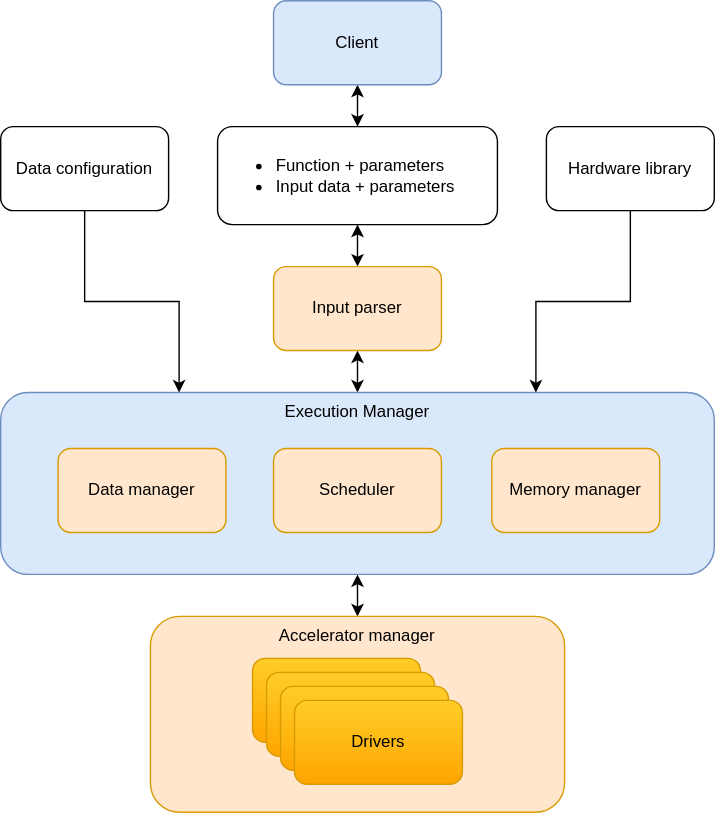
FPGA-Research-Manchester/OrkhestraFPGAStream keeps this draw.io diagram as docs/general_view_graph.svg. Above is the earlier version. Source tidied: cells renumbered, new cells last; positions are measured from the earlier drawing's top-left corner, leaving out a move shared by most shapes. The source it was exported from:
```xml
<mxGraphModel>
  <root>
    <mxCell id="0" />
    <mxCell id="1" parent="0" />
    <mxCell id="2" style="edgeStyle=orthogonalEdgeStyle;rounded=0;jettySize=auto;html=1;startArrow=classic;startFill=1;" parent="1" edge="1" source="3" target="5">
      <mxGeometry relative="1" as="geometry" />
    </mxCell>
    <mxCell id="3" value="&lt;p&gt;&lt;/p&gt;&lt;ul&gt;&lt;li style=&quot;&quot;&gt;Function + parameters&lt;/li&gt;&lt;li style=&quot;&quot;&gt;Input data + parameters&lt;/li&gt;&lt;/ul&gt;&lt;p&gt;&lt;/p&gt;" style="rounded=1;whiteSpace=wrap;html=1;labelPosition=center;verticalLabelPosition=middle;align=left;verticalAlign=middle;horizontal=1;" parent="1" vertex="1">
      <mxGeometry x="155" y="90" width="200" height="70" as="geometry" />
    </mxCell>
    <mxCell id="4" style="edgeStyle=orthogonalEdgeStyle;rounded=0;jettySize=auto;html=1;exitX=0.5;exitY=1;exitDx=0;exitDy=0;entryX=0.5;entryY=0;entryDx=0;entryDy=0;startArrow=classic;startFill=1;" parent="1" edge="1" source="5" target="7">
      <mxGeometry relative="1" as="geometry" />
    </mxCell>
    <mxCell id="5" value="Input parser" style="rounded=1;whiteSpace=wrap;html=1;align=center;fillColor=#ffe6cc;strokeColor=#d79b00;" parent="1" vertex="1">
      <mxGeometry x="195" y="190" width="120" height="60" as="geometry" />
    </mxCell>
    <mxCell id="6" style="edgeStyle=orthogonalEdgeStyle;rounded=0;jettySize=auto;html=1;entryX=0.5;entryY=0;entryDx=0;entryDy=0;startArrow=classic;startFill=1;" parent="1" edge="1" source="7" target="11">
      <mxGeometry relative="1" as="geometry" />
    </mxCell>
    <mxCell id="7" value="Execution Manager&lt;br&gt;" style="rounded=1;whiteSpace=wrap;html=1;align=center;verticalAlign=top;fillColor=#dae8fc;strokeColor=#6c8ebf;" parent="1" vertex="1">
      <mxGeometry y="280" width="510" height="130" as="geometry" />
    </mxCell>
    <mxCell id="8" value="Data manager" style="rounded=1;whiteSpace=wrap;html=1;align=center;fillColor=#ffe6cc;strokeColor=#d79b00;" parent="1" vertex="1">
      <mxGeometry x="41" y="320" width="120" height="60" as="geometry" />
    </mxCell>
    <mxCell id="9" value="Scheduler" style="rounded=1;whiteSpace=wrap;html=1;align=center;fillColor=#ffe6cc;strokeColor=#d79b00;" parent="1" vertex="1">
      <mxGeometry x="195" y="320" width="120" height="60" as="geometry" />
    </mxCell>
    <mxCell id="10" value="Memory manager" style="rounded=1;whiteSpace=wrap;html=1;align=center;fillColor=#ffe6cc;strokeColor=#d79b00;" parent="1" vertex="1">
      <mxGeometry x="351" y="320" width="120" height="60" as="geometry" />
    </mxCell>
    <mxCell id="11" value="Accelerator manager" style="rounded=1;whiteSpace=wrap;html=1;align=center;verticalAlign=top;fillColor=#ffe6cc;strokeColor=#d79b00;" parent="1" vertex="1">
      <mxGeometry x="107" y="440" width="296" height="140" as="geometry" />
    </mxCell>
    <mxCell id="12" value="Drivers" style="rounded=1;whiteSpace=wrap;html=1;align=center;fillColor=#ffcd28;strokeColor=#d79b00;gradientColor=#ffa500;" parent="1" vertex="1">
      <mxGeometry x="180" y="470" width="120" height="60" as="geometry" />
    </mxCell>
    <mxCell id="13" value="Drivers" style="rounded=1;whiteSpace=wrap;html=1;align=center;fillColor=#ffcd28;strokeColor=#d79b00;gradientColor=#ffa500;" parent="1" vertex="1">
      <mxGeometry x="190" y="480" width="120" height="60" as="geometry" />
    </mxCell>
    <mxCell id="14" value="Drivers" style="rounded=1;whiteSpace=wrap;html=1;align=center;fillColor=#ffcd28;strokeColor=#d79b00;gradientColor=#ffa500;" parent="1" vertex="1">
      <mxGeometry x="200" y="490" width="120" height="60" as="geometry" />
    </mxCell>
    <mxCell id="15" value="Drivers" style="rounded=1;whiteSpace=wrap;html=1;align=center;fillColor=#ffcd28;strokeColor=#d79b00;gradientColor=#ffa500;" parent="1" vertex="1">
      <mxGeometry x="210" y="500" width="120" height="60" as="geometry" />
    </mxCell>
    <mxCell id="16" style="edgeStyle=orthogonalEdgeStyle;rounded=0;jettySize=auto;html=1;entryX=0.5;entryY=0;entryDx=0;entryDy=0;startArrow=classic;startFill=1;" parent="1" edge="1" source="17" target="3">
      <mxGeometry relative="1" as="geometry" />
    </mxCell>
    <mxCell id="17" value="Client" style="rounded=1;whiteSpace=wrap;html=1;align=center;fillColor=#dae8fc;strokeColor=#6c8ebf;" parent="1" vertex="1">
      <mxGeometry x="195" width="120" height="60" as="geometry" />
    </mxCell>
    <mxCell id="18" style="edgeStyle=orthogonalEdgeStyle;rounded=0;jettySize=auto;html=1;entryX=0.75;entryY=0;entryDx=0;entryDy=0;startArrow=none;startFill=0;" parent="1" edge="1" source="19" target="7">
      <mxGeometry relative="1" as="geometry" />
    </mxCell>
    <mxCell id="19" value="Hardware library" style="rounded=1;whiteSpace=wrap;html=1;align=center;" parent="1" vertex="1">
      <mxGeometry x="390" y="90" width="120" height="60" as="geometry" />
    </mxCell>
    <mxCell id="20" style="edgeStyle=orthogonalEdgeStyle;rounded=0;jettySize=auto;html=1;entryX=0.25;entryY=0;entryDx=0;entryDy=0;startArrow=none;startFill=0;" parent="1" edge="1" source="21" target="7">
      <mxGeometry relative="1" as="geometry" />
    </mxCell>
    <mxCell id="21" value="Data configuration" style="rounded=1;whiteSpace=wrap;html=1;align=center;" parent="1" vertex="1">
      <mxGeometry y="90" width="120" height="60" as="geometry" />
    </mxCell>
  </root>
</mxGraphModel>
```
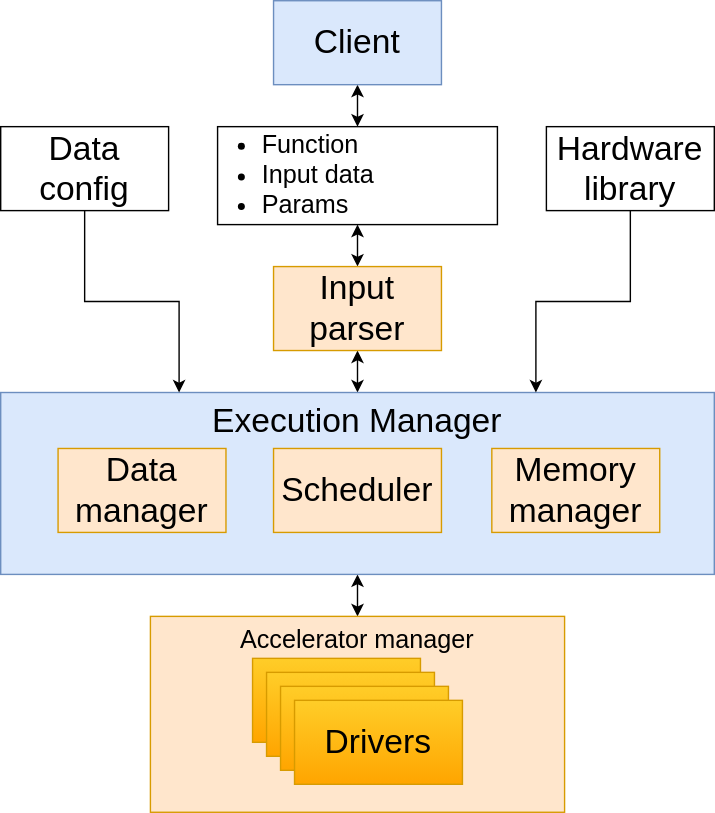
Above is the later version.

The edit, as a diff of the source:
```diff
@@ -5,61 +5,61 @@
     <mxCell id="2" style="edgeStyle=orthogonalEdgeStyle;rounded=0;jettySize=auto;html=1;startArrow=classic;startFill=1;" parent="1" edge="1" source="3" target="5">
       <mxGeometry relative="1" as="geometry" />
     </mxCell>
-    <mxCell id="3" value="&lt;p&gt;&lt;/p&gt;&lt;ul&gt;&lt;li style=&quot;&quot;&gt;Function + parameters&lt;/li&gt;&lt;li style=&quot;&quot;&gt;Input data + parameters&lt;/li&gt;&lt;/ul&gt;&lt;p&gt;&lt;/p&gt;" style="rounded=1;whiteSpace=wrap;html=1;labelPosition=center;verticalLabelPosition=middle;align=left;verticalAlign=middle;horizontal=1;" parent="1" vertex="1">
+    <mxCell id="3" value="&lt;p style=&quot;font-size: 18px;&quot;&gt;&lt;/p&gt;&lt;ul style=&quot;font-size: 18px;&quot;&gt;&lt;li style=&quot;font-size: 18px;&quot;&gt;Function&lt;/li&gt;&lt;li style=&quot;font-size: 18px;&quot;&gt;Input data&lt;/li&gt;&lt;li style=&quot;font-size: 18px;&quot;&gt;Params&lt;/li&gt;&lt;/ul&gt;&lt;p style=&quot;font-size: 18px;&quot;&gt;&lt;/p&gt;" style="rounded=0;whiteSpace=wrap;html=1;labelPosition=center;verticalLabelPosition=middle;align=left;verticalAlign=middle;horizontal=1;fontSize=18;spacingLeft=-10;" parent="1" vertex="1">
       <mxGeometry x="155" y="90" width="200" height="70" as="geometry" />
     </mxCell>
     <mxCell id="4" style="edgeStyle=orthogonalEdgeStyle;rounded=0;jettySize=auto;html=1;exitX=0.5;exitY=1;exitDx=0;exitDy=0;entryX=0.5;entryY=0;entryDx=0;entryDy=0;startArrow=classic;startFill=1;" parent="1" edge="1" source="5" target="7">
       <mxGeometry relative="1" as="geometry" />
     </mxCell>
-    <mxCell id="5" value="Input parser" style="rounded=1;whiteSpace=wrap;html=1;align=center;fillColor=#ffe6cc;strokeColor=#d79b00;" parent="1" vertex="1">
+    <mxCell id="5" value="Input parser" style="rounded=0;whiteSpace=wrap;html=1;align=center;fillColor=#ffe6cc;strokeColor=#d79b00;fontSize=24;" parent="1" vertex="1">
       <mxGeometry x="195" y="190" width="120" height="60" as="geometry" />
     </mxCell>
     <mxCell id="6" style="edgeStyle=orthogonalEdgeStyle;rounded=0;jettySize=auto;html=1;entryX=0.5;entryY=0;entryDx=0;entryDy=0;startArrow=classic;startFill=1;" parent="1" edge="1" source="7" target="11">
       <mxGeometry relative="1" as="geometry" />
     </mxCell>
-    <mxCell id="7" value="Execution Manager&lt;br&gt;" style="rounded=1;whiteSpace=wrap;html=1;align=center;verticalAlign=top;fillColor=#dae8fc;strokeColor=#6c8ebf;" parent="1" vertex="1">
+    <mxCell id="7" value="Execution Manager&lt;br style=&quot;font-size: 24px;&quot;&gt;" style="rounded=0;whiteSpace=wrap;html=1;align=center;verticalAlign=top;fillColor=#dae8fc;strokeColor=#6c8ebf;fontSize=24;" parent="1" vertex="1">
       <mxGeometry y="280" width="510" height="130" as="geometry" />
     </mxCell>
-    <mxCell id="8" value="Data manager" style="rounded=1;whiteSpace=wrap;html=1;align=center;fillColor=#ffe6cc;strokeColor=#d79b00;" parent="1" vertex="1">
+    <mxCell id="8" value="Data manager" style="rounded=0;whiteSpace=wrap;html=1;align=center;fillColor=#ffe6cc;strokeColor=#d79b00;fontSize=24;" parent="1" vertex="1">
       <mxGeometry x="41" y="320" width="120" height="60" as="geometry" />
     </mxCell>
-    <mxCell id="9" value="Scheduler" style="rounded=1;whiteSpace=wrap;html=1;align=center;fillColor=#ffe6cc;strokeColor=#d79b00;" parent="1" vertex="1">
+    <mxCell id="9" value="Scheduler" style="rounded=0;whiteSpace=wrap;html=1;align=center;fillColor=#ffe6cc;strokeColor=#d79b00;fontSize=24;" parent="1" vertex="1">
       <mxGeometry x="195" y="320" width="120" height="60" as="geometry" />
     </mxCell>
-    <mxCell id="10" value="Memory manager" style="rounded=1;whiteSpace=wrap;html=1;align=center;fillColor=#ffe6cc;strokeColor=#d79b00;" parent="1" vertex="1">
+    <mxCell id="10" value="Memory manager" style="rounded=0;whiteSpace=wrap;html=1;align=center;fillColor=#ffe6cc;strokeColor=#d79b00;fontSize=24;" parent="1" vertex="1">
       <mxGeometry x="351" y="320" width="120" height="60" as="geometry" />
     </mxCell>
-    <mxCell id="11" value="Accelerator manager" style="rounded=1;whiteSpace=wrap;html=1;align=center;verticalAlign=top;fillColor=#ffe6cc;strokeColor=#d79b00;" parent="1" vertex="1">
+    <mxCell id="11" value="Accelerator manager" style="rounded=0;whiteSpace=wrap;html=1;align=center;verticalAlign=top;fillColor=#ffe6cc;strokeColor=#d79b00;fontSize=18;" parent="1" vertex="1">
       <mxGeometry x="107" y="440" width="296" height="140" as="geometry" />
     </mxCell>
-    <mxCell id="12" value="Drivers" style="rounded=1;whiteSpace=wrap;html=1;align=center;fillColor=#ffcd28;strokeColor=#d79b00;gradientColor=#ffa500;" parent="1" vertex="1">
+    <mxCell id="12" value="Drivers" style="rounded=0;whiteSpace=wrap;html=1;align=center;fillColor=#ffcd28;strokeColor=#d79b00;gradientColor=#ffa500;" parent="1" vertex="1">
       <mxGeometry x="180" y="470" width="120" height="60" as="geometry" />
     </mxCell>
-    <mxCell id="13" value="Drivers" style="rounded=1;whiteSpace=wrap;html=1;align=center;fillColor=#ffcd28;strokeColor=#d79b00;gradientColor=#ffa500;" parent="1" vertex="1">
+    <mxCell id="13" value="Drivers" style="rounded=0;whiteSpace=wrap;html=1;align=center;fillColor=#ffcd28;strokeColor=#d79b00;gradientColor=#ffa500;" parent="1" vertex="1">
       <mxGeometry x="190" y="480" width="120" height="60" as="geometry" />
     </mxCell>
-    <mxCell id="14" value="Drivers" style="rounded=1;whiteSpace=wrap;html=1;align=center;fillColor=#ffcd28;strokeColor=#d79b00;gradientColor=#ffa500;" parent="1" vertex="1">
+    <mxCell id="14" value="Drivers" style="rounded=0;whiteSpace=wrap;html=1;align=center;fillColor=#ffcd28;strokeColor=#d79b00;gradientColor=#ffa500;" parent="1" vertex="1">
       <mxGeometry x="200" y="490" width="120" height="60" as="geometry" />
     </mxCell>
-    <mxCell id="15" value="Drivers" style="rounded=1;whiteSpace=wrap;html=1;align=center;fillColor=#ffcd28;strokeColor=#d79b00;gradientColor=#ffa500;" parent="1" vertex="1">
+    <mxCell id="15" value="Drivers" style="rounded=0;whiteSpace=wrap;html=1;align=center;fillColor=#ffcd28;strokeColor=#d79b00;gradientColor=#ffa500;fontSize=24;" parent="1" vertex="1">
       <mxGeometry x="210" y="500" width="120" height="60" as="geometry" />
     </mxCell>
     <mxCell id="16" style="edgeStyle=orthogonalEdgeStyle;rounded=0;jettySize=auto;html=1;entryX=0.5;entryY=0;entryDx=0;entryDy=0;startArrow=classic;startFill=1;" parent="1" edge="1" source="17" target="3">
       <mxGeometry relative="1" as="geometry" />
     </mxCell>
-    <mxCell id="17" value="Client" style="rounded=1;whiteSpace=wrap;html=1;align=center;fillColor=#dae8fc;strokeColor=#6c8ebf;" parent="1" vertex="1">
+    <mxCell id="17" value="Client" style="rounded=0;whiteSpace=wrap;html=1;align=center;fillColor=#dae8fc;strokeColor=#6c8ebf;fontSize=24;" parent="1" vertex="1">
       <mxGeometry x="195" width="120" height="60" as="geometry" />
     </mxCell>
     <mxCell id="18" style="edgeStyle=orthogonalEdgeStyle;rounded=0;jettySize=auto;html=1;entryX=0.75;entryY=0;entryDx=0;entryDy=0;startArrow=none;startFill=0;" parent="1" edge="1" source="19" target="7">
       <mxGeometry relative="1" as="geometry" />
     </mxCell>
-    <mxCell id="19" value="Hardware library" style="rounded=1;whiteSpace=wrap;html=1;align=center;" parent="1" vertex="1">
+    <mxCell id="19" value="Hardware library" style="rounded=0;whiteSpace=wrap;html=1;align=center;fontSize=24;" parent="1" vertex="1">
       <mxGeometry x="390" y="90" width="120" height="60" as="geometry" />
     </mxCell>
     <mxCell id="20" style="edgeStyle=orthogonalEdgeStyle;rounded=0;jettySize=auto;html=1;entryX=0.25;entryY=0;entryDx=0;entryDy=0;startArrow=none;startFill=0;" parent="1" edge="1" source="21" target="7">
       <mxGeometry relative="1" as="geometry" />
     </mxCell>
-    <mxCell id="21" value="Data configuration" style="rounded=1;whiteSpace=wrap;html=1;align=center;" parent="1" vertex="1">
+    <mxCell id="21" value="Data config" style="rounded=0;whiteSpace=wrap;html=1;align=center;fontSize=24;" parent="1" vertex="1">
       <mxGeometry y="90" width="120" height="60" as="geometry" />
     </mxCell>
   </root>
```
